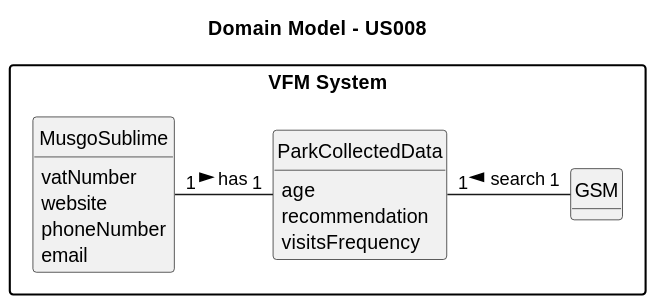
SAEmanuel/Green_Spaces_Management_ISEP keeps this PlantUML diagram as docs/sprintB/us011/02.analysis/svg/us011-domain-model-Domain_Model___US011.svg. Above is the earlier version.
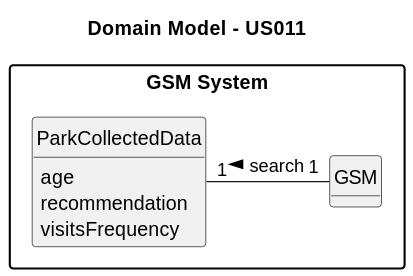
After the commit.

Diff of the diagram source:
```diff
@@ -8,9 +8,9 @@
 
 hide circle
 hide methods
-package "VFM System" {
+package "GSM System" {
 
-title Domain Model - US008
+title Domain Model - US011
 
 class GSM {
 }
@@ -21,14 +21,6 @@
 visitsFrequency
 }
 
-class MusgoSublime {
-vatNumber
-website
-phoneNumber
-email
-}
 
-
-MusgoSublime "1" - "1" ParkCollectedData: has >
 ParkCollectedData "1" - "1" GSM: search <
 @enduml
```
